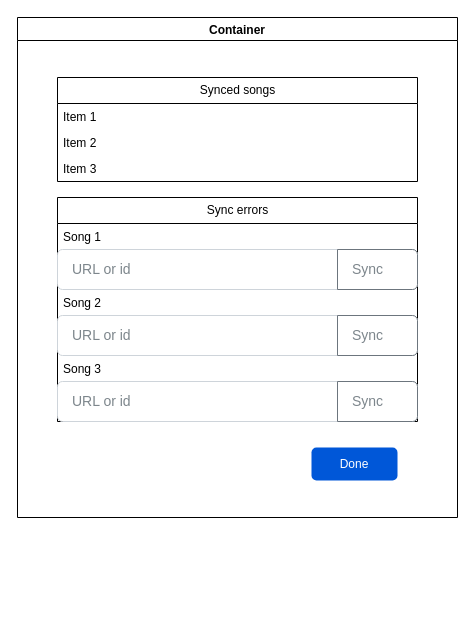
The draw.io diagram modal add song manually.drawio in geosdevs/playsync-sketches, before the edit. Source tidied: cells renumbered, new cells numbered last; positions are measured from the earlier drawing's top-left corner, leaving out a move shared by most shapes. Both pictures are drawn from the tidied source at 100%, with x=0, y=0 at pixel (17, 17).
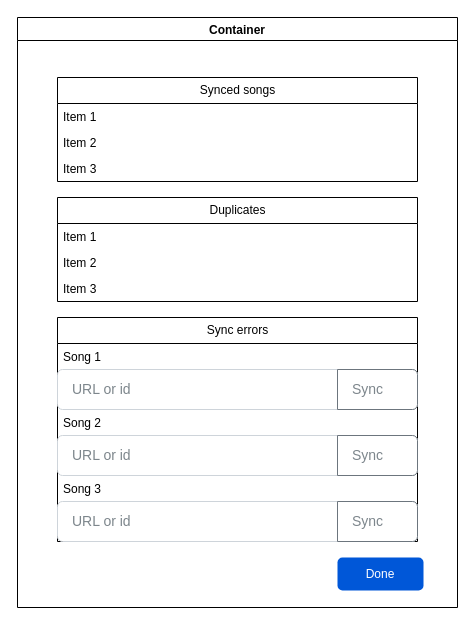
Above is the later version.

What changed in the source:
```diff
@@
     <mxCell id="2" value="Container" style="swimlane;" parent="1" vertex="1">
-      <mxGeometry width="440" height="500" as="geometry" />
+      <mxGeometry width="440" height="590" as="geometry" />
     </mxCell>
     <mxCell id="3" value="Sync errors" style="swimlane;fontStyle=0;horizontal=1;startSize=26;fillColor=none;html=1;" parent="2" vertex="1">
-      <mxGeometry x="40" y="180" width="360" height="224" as="geometry" />
+      <mxGeometry x="40" y="300" width="360" height="224" as="geometry" />
     </mxCell>
@@
+    <mxCell id="18" value="Duplicates" style="swimlane;fontStyle=0;horizontal=1;startSize=26;fillColor=none;html=1;" parent="2" vertex="1">
+      <mxGeometry x="40" y="180" width="360" height="104" as="geometry" />
+    </mxCell>
+    <mxCell id="19" value="Item 1" style="text;strokeColor=none;fillColor=none;align=left;verticalAlign=top;spacingLeft=4;spacingRight=4;overflow=hidden;whiteSpace=wrap;html=1;" parent="18" vertex="1">
+      <mxGeometry y="26" width="360" height="26" as="geometry" />
+    </mxCell>
+    <mxCell id="20" value="Item 2" style="text;strokeColor=none;fillColor=none;align=left;verticalAlign=top;spacingLeft=4;spacingRight=4;overflow=hidden;whiteSpace=wrap;html=1;" parent="18" vertex="1">
+      <mxGeometry y="52" width="360" height="26" as="geometry" />
+    </mxCell>
+    <mxCell id="21" value="Item 3" style="text;strokeColor=none;fillColor=none;align=left;verticalAlign=top;spacingLeft=4;spacingRight=4;overflow=hidden;whiteSpace=wrap;html=1;" parent="18" vertex="1">
+      <mxGeometry y="78" width="360" height="26" as="geometry" />
+    </mxCell>
-    <mxCell id="17" value="Done" style="rounded=1;fillColor=#0057D8;strokeColor=none;html=1;whiteSpace=wrap;fontColor=#ffffff;align=center;verticalAlign=middle;fontStyle=0;fontSize=12;sketch=0;" parent="2" vertex="1">
-      <mxGeometry x="294" y="430" width="86" height="33" as="geometry" />
+    <mxCell id="17" value="Done" style="rounded=1;fillColor=#0057D8;strokeColor=none;html=1;whiteSpace=wrap;fontColor=#ffffff;align=center;verticalAlign=middle;fontStyle=0;fontSize=12;sketch=0;" parent="1" vertex="1">
+      <mxGeometry x="320" y="540" width="86" height="33" as="geometry" />
     </mxCell>
```
